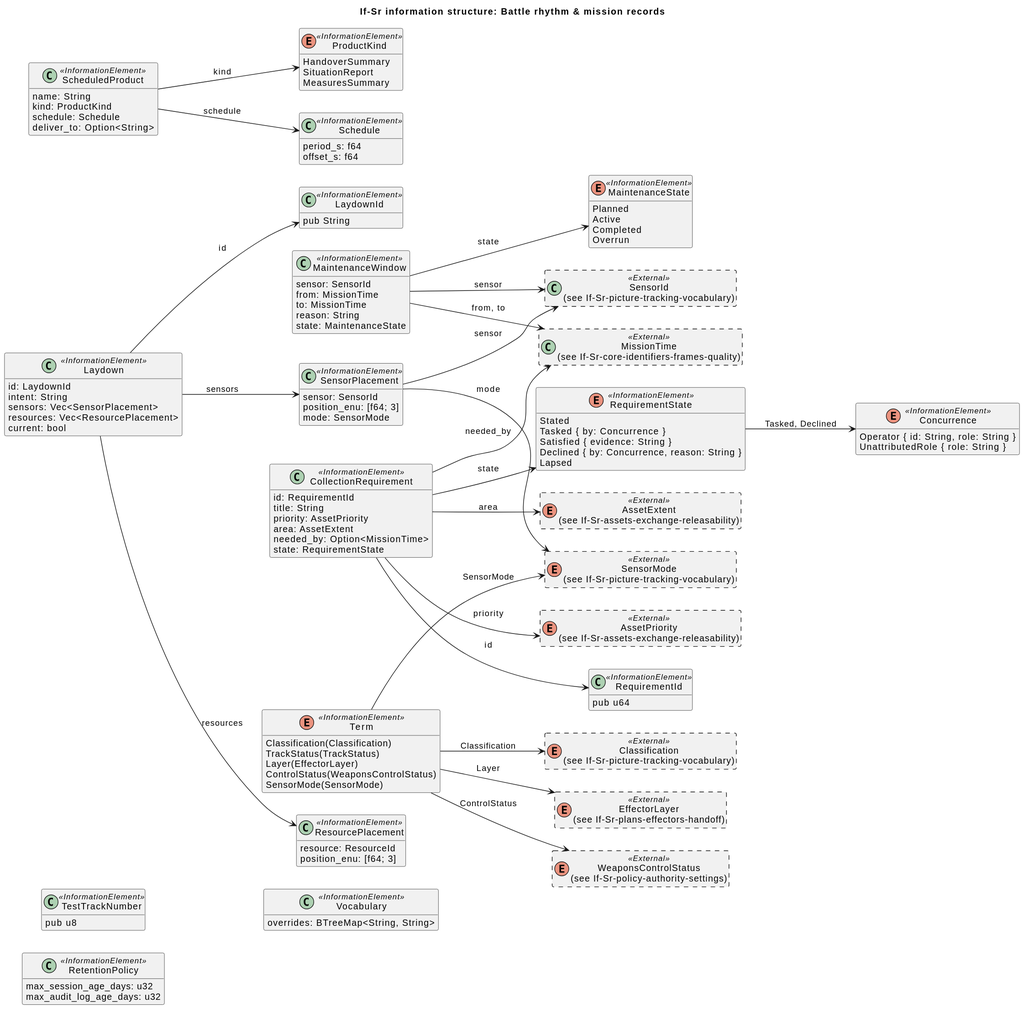
Earlier version of the PlantUML export docs/architecture/uaf/rendered/information/If-Sr-battle-rhythm-mission-records.svg (WayneRoessling/gungnir).
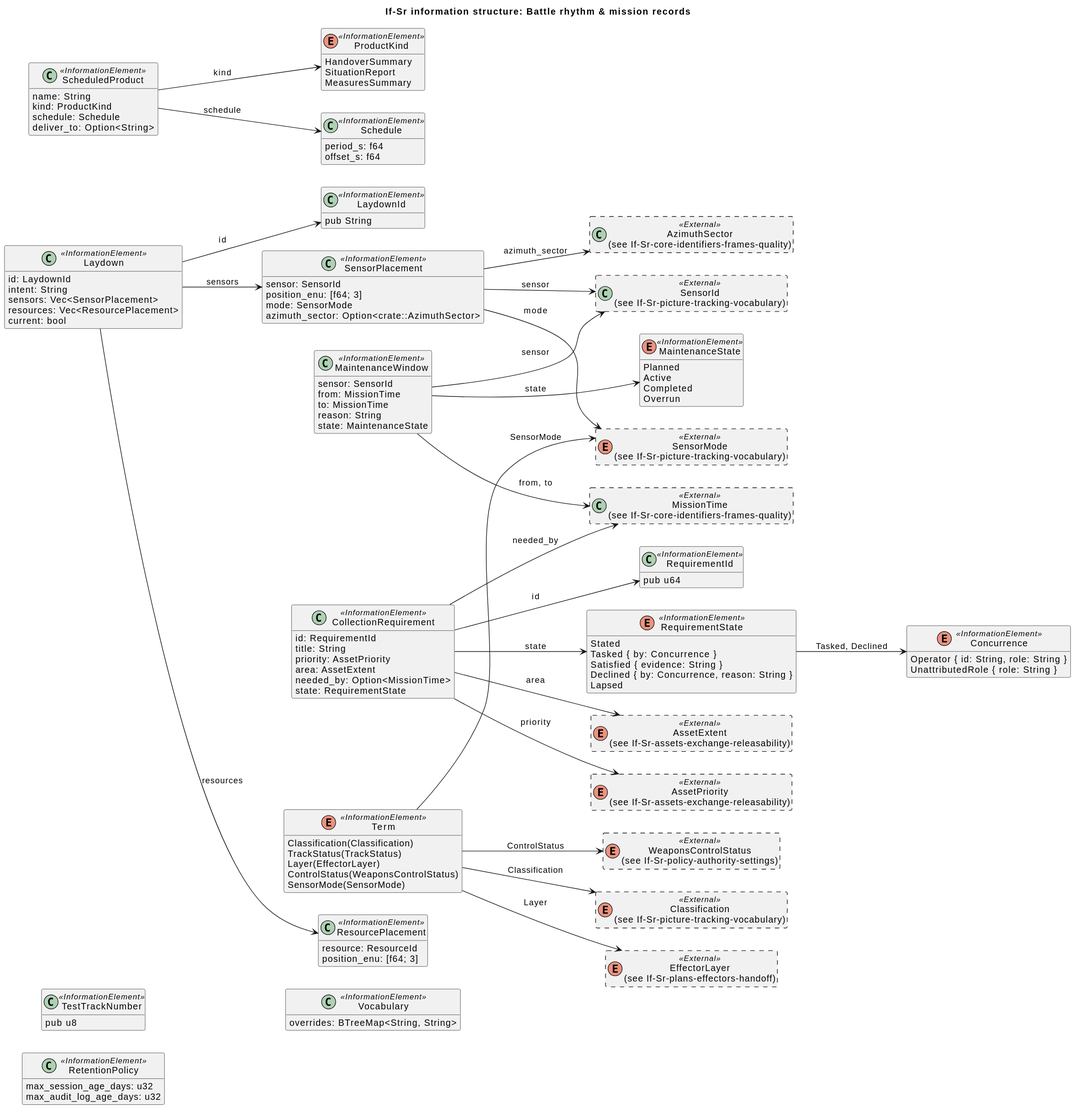
After the commit.

The edit, as a diff of the source:
```diff
@@ -10,6 +10,7 @@
   sensor: SensorId
   position_enu: [f64; 3]
   mode: SensorMode
+  azimuth_sector: Option<crate::AzimuthSector>
 }
 class "ResourcePlacement" as ResourcePlacement <<InformationElement>> {
   resource: ResourceId
@@ -93,6 +94,8 @@
 }
 enum "AssetPriority\n(see If-Sr-assets-exchange-releasability)" as AssetPriority <<External>> #line.dashed {
 }
+class "AzimuthSector\n(see If-Sr-core-identifiers-frames-quality)" as AzimuthSector <<External>> #line.dashed {
+}
 enum "Classification\n(see If-Sr-picture-tracking-vocabulary)" as Classification <<External>> #line.dashed {
 }
 enum "EffectorLayer\n(see If-Sr-plans-effectors-handoff)" as EffectorLayer <<External>> #line.dashed {
@@ -105,6 +108,7 @@
 }
 enum "WeaponsControlStatus\n(see If-Sr-policy-authority-settings)" as WeaponsControlStatus <<External>> #line.dashed {
 }
+SensorPlacement --> AzimuthSector : azimuth_sector
 SensorPlacement --> SensorId : sensor
 SensorPlacement --> SensorMode : mode
 Laydown --> LaydownId : id
```
